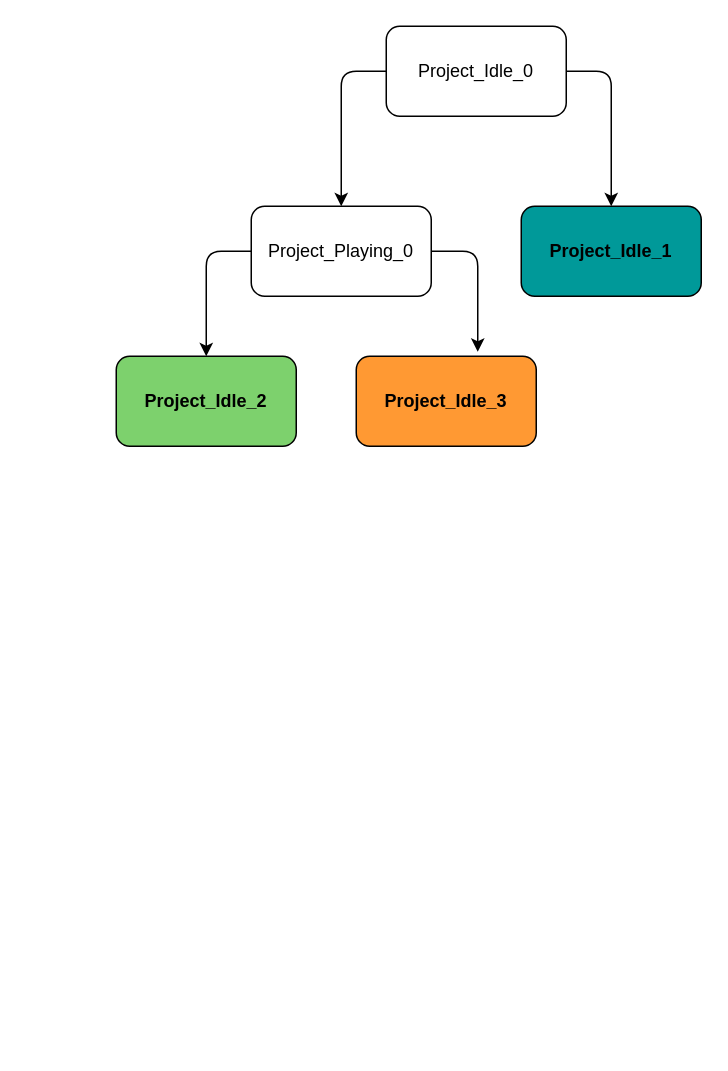
Above: docs/04_assignment/schema/03_delete_project/03_transition_tree.drawio in Jumaruba/jtimesched (draw.io), before the change. Source tidied: cells renumbered, new cells numbered last; positions are measured from the earlier drawing's top-left corner, leaving out a move shared by most shapes. Both pictures are drawn from the tidied source at 150%, with x=0, y=0 at pixel (116, 26).
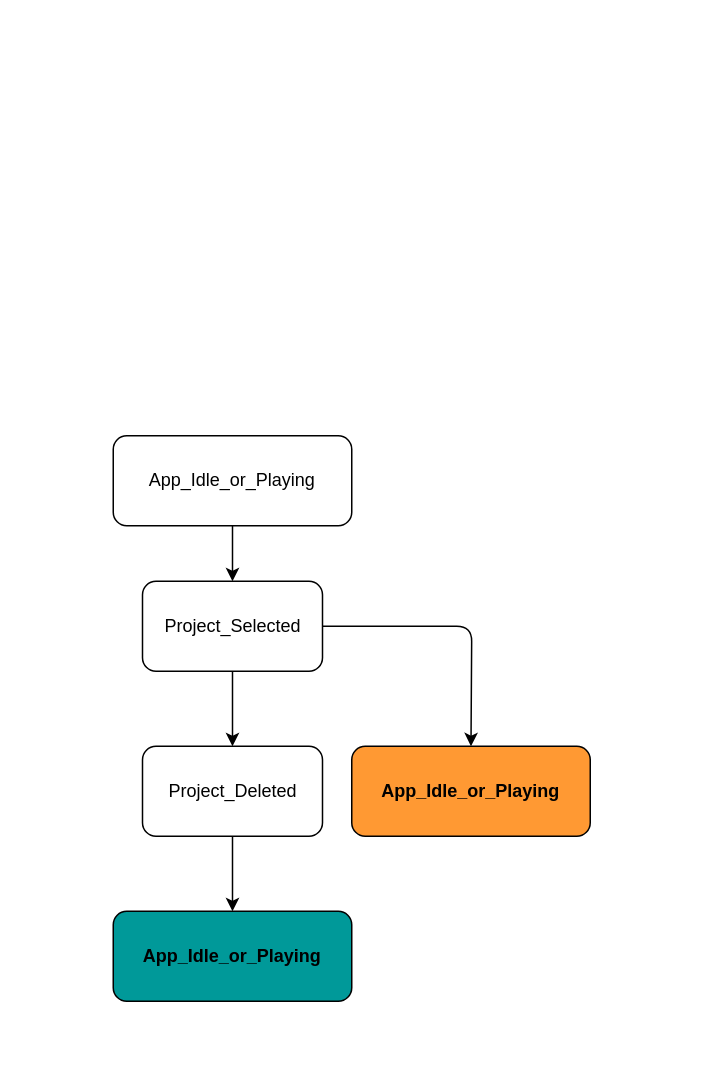
Above is the later version.

What changed in the source:
```diff
@@
 <mxGraphModel>
   <root>
     <mxCell id="0" />
     <mxCell id="1" parent="0" />
-    <mxCell id="2" style="edgeStyle=none;html=1;" parent="1" edge="1" source="4" target="7">
-      <mxGeometry relative="1" as="geometry">
-        <Array as="points">
-          <mxPoint x="150" y="30" />
-        </Array>
-      </mxGeometry>
-    </mxCell>
+    <mxCell id="11" style="rounded=0;whiteSpace=wrap;html=1;fillColor=#FFFFFF;strokeColor=none;strokeWidth=0;" parent="1" vertex="1">
+      <mxGeometry x="-60" y="235" width="410" height="445" as="geometry" />
+    </mxCell>
+    <mxCell id="12" style="edgeStyle=none;html=1;entryX=0.5;entryY=0;entryDx=0;entryDy=0;strokeColor=#000000;" parent="1" edge="1" source="3" target="15">
+      <mxGeometry relative="1" as="geometry" />
+    </mxCell>
-    <mxCell id="3" style="edgeStyle=none;html=1;" parent="1" edge="1" source="4" target="10">
-      <mxGeometry relative="1" as="geometry">
-        <Array as="points">
-          <mxPoint x="330" y="30" />
-        </Array>
-      </mxGeometry>
+    <mxCell id="3" value="App_Idle_or_Playing" style="rounded=1;whiteSpace=wrap;html=1;strokeColor=#000000;fillColor=none;fontColor=#000000;" parent="1" vertex="1">
+      <mxGeometry x="-2" y="273" width="159" height="60" as="geometry" />
     </mxCell>
-    <mxCell id="4" value="Project_Idle_0" style="rounded=1;whiteSpace=wrap;html=1;" parent="1" vertex="1">
-      <mxGeometry x="180" width="120" height="60" as="geometry" />
-    </mxCell>
-    <mxCell id="5" style="edgeStyle=none;html=1;" parent="1" edge="1" source="7" target="8">
-      <mxGeometry relative="1" as="geometry">
-        <Array as="points">
-          <mxPoint x="60" y="150" />
-        </Array>
-      </mxGeometry>
-    </mxCell>
-    <mxCell id="6" style="edgeStyle=none;html=1;entryX=0.675;entryY=-0.05;entryDx=0;entryDy=0;entryPerimeter=0;" parent="1" edge="1" source="7" target="9">
-      <mxGeometry relative="1" as="geometry">
-        <Array as="points">
-          <mxPoint x="241" y="150" />
-        </Array>
-      </mxGeometry>
-    </mxCell>
-    <mxCell id="7" value="Project_Playing_0" style="rounded=1;whiteSpace=wrap;html=1;" parent="1" vertex="1">
-      <mxGeometry x="90" y="120" width="120" height="60" as="geometry" />
-    </mxCell>
-    <mxCell id="8" value="&lt;b&gt;Project_Idle_2&lt;/b&gt;" style="rounded=1;whiteSpace=wrap;html=1;fillColor=#7DD16D;" parent="1" vertex="1">
-      <mxGeometry y="220" width="120" height="60" as="geometry" />
-    </mxCell>
-    <mxCell id="9" value="&lt;b&gt;Project_Idle_3&lt;/b&gt;" style="rounded=1;whiteSpace=wrap;html=1;fillColor=#FF9933;" parent="1" vertex="1">
-      <mxGeometry x="160" y="220" width="120" height="60" as="geometry" />
-    </mxCell>
-    <mxCell id="10" value="&lt;b&gt;Project_Idle_1&lt;/b&gt;" style="rounded=1;whiteSpace=wrap;html=1;fillColor=#009999;" parent="1" vertex="1">
-      <mxGeometry x="270" y="120" width="120" height="60" as="geometry" />
-    </mxCell>
+    <mxCell id="13" style="edgeStyle=none;html=1;strokeColor=#000000;" parent="1" edge="1" source="15" target="17">
+      <mxGeometry relative="1" as="geometry" />
+    </mxCell>
+    <mxCell id="14" style="edgeStyle=none;html=1;entryX=0.5;entryY=0;entryDx=0;entryDy=0;strokeColor=#000000;" parent="1" edge="1" source="15" target="19">
+      <mxGeometry relative="1" as="geometry">
+        <Array as="points">
+          <mxPoint x="237" y="400" />
+        </Array>
+      </mxGeometry>
+    </mxCell>
+    <mxCell id="15" value="Project_Selected" style="rounded=1;whiteSpace=wrap;html=1;strokeColor=#000000;fillColor=none;fontColor=#000000;" parent="1" vertex="1">
+      <mxGeometry x="17.5" y="370" width="120" height="60" as="geometry" />
+    </mxCell>
+    <mxCell id="16" style="edgeStyle=none;html=1;strokeColor=#000000;" parent="1" edge="1" source="17" target="18">
+      <mxGeometry relative="1" as="geometry" />
+    </mxCell>
+    <mxCell id="17" value="Project_Deleted" style="rounded=1;whiteSpace=wrap;html=1;strokeColor=#000000;fillColor=none;fontColor=#000000;" parent="1" vertex="1">
+      <mxGeometry x="17.5" y="480" width="120" height="60" as="geometry" />
+    </mxCell>
+    <mxCell id="18" value="&lt;font&gt;App_Idle_or_Playing&lt;/font&gt;" style="rounded=1;whiteSpace=wrap;html=1;fillColor=#009999;strokeColor=#000000;fontColor=#000000;fontStyle=1;" parent="1" vertex="1">
+      <mxGeometry x="-2" y="590" width="159" height="60" as="geometry" />
+    </mxCell>
+    <mxCell id="19" value="App_Idle_or_Playing" style="rounded=1;whiteSpace=wrap;html=1;fillColor=#FF9933;strokeColor=#000000;fontColor=#000000;fontStyle=1;" parent="1" vertex="1">
+      <mxGeometry x="157" y="480" width="159" height="60" as="geometry" />
+    </mxCell>
   </root>
 </mxGraphModel>
```
